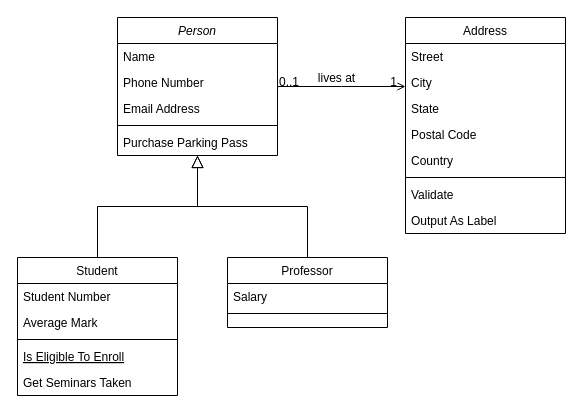
nayouzhenai/java_web keeps this draw.io diagram as Untitled Diagram.drawio. Above is the earlier version. Source tidied: cells renumbered, new cells numbered last; positions are measured from the earlier drawing's top-left corner, leaving out a move shared by most shapes. Both pictures are drawn from the tidied source at 100%, with x=0, y=0 at pixel (17, 17).
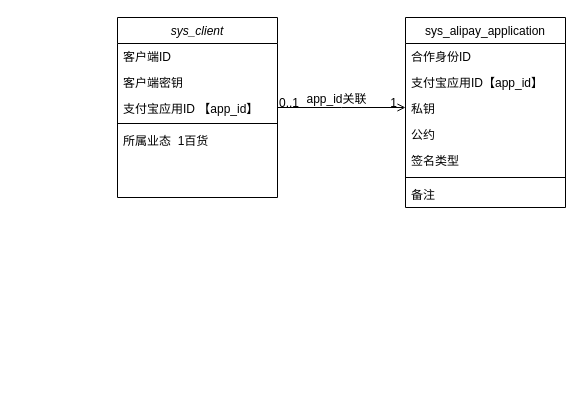
The same page after the edit.

The change refers to these unchanged cells:
```xml
<mxCell id="28" style="endArrow=open;shadow=0;strokeWidth=1;rounded=0;endFill=1;edgeStyle=elbowEdgeStyle;elbow=vertical;" parent="1" edge="1" source="2" target="19">
  <mxGeometry x="0.5" y="41" relative="1" as="geometry">
    <mxPoint x="-40" y="32" as="offset" />
  </mxGeometry>
</mxCell>
```

The edit, as a diff of the source:
```diff
@@
-    <mxCell id="2" value="Person" style="swimlane;fontStyle=2;align=center;verticalAlign=top;horizontal=1;startSize=26;rounded=0;shadow=0;strokeWidth=1;" parent="1" vertex="1">
-      <mxGeometry x="100" width="160" height="138" as="geometry" />
+    <mxCell id="2" value="sys_client" style="swimlane;fontStyle=2;align=center;verticalAlign=top;horizontal=1;startSize=26;rounded=0;shadow=0;strokeWidth=1;" parent="1" vertex="1">
+      <mxGeometry x="100" width="160" height="180" as="geometry" />
     </mxCell>
-    <mxCell id="3" value="Name" style="text;align=left;verticalAlign=top;spacingLeft=4;spacingRight=4;overflow=hidden;" parent="2" vertex="1">
+    <mxCell id="3" value="客户端ID" style="text;align=left;verticalAlign=top;spacingLeft=4;spacingRight=4;overflow=hidden;" parent="2" vertex="1">
       <mxGeometry y="26" width="160" height="26" as="geometry" />
     </mxCell>
-    <mxCell id="4" value="Phone Number" style="text;align=left;verticalAlign=top;spacingLeft=4;spacingRight=4;overflow=hidden;rounded=0;shadow=0;html=0;" parent="2" vertex="1">
+    <mxCell id="4" value="客户端密钥" style="text;align=left;verticalAlign=top;spacingLeft=4;spacingRight=4;overflow=hidden;rounded=0;shadow=0;html=0;" parent="2" vertex="1">
       <mxGeometry y="52" width="160" height="26" as="geometry" />
     </mxCell>
-    <mxCell id="5" value="Email Address" style="text;align=left;verticalAlign=top;spacingLeft=4;spacingRight=4;overflow=hidden;rounded=0;shadow=0;html=0;" parent="2" vertex="1">
-      <mxGeometry y="78" width="160" height="26" as="geometry" />
+    <mxCell id="5" value="支付宝应用ID 【app_id】" style="text;align=left;verticalAlign=top;spacingLeft=4;spacingRight=4;overflow=hidden;rounded=0;shadow=0;html=0;" parent="2" vertex="1">
+      <mxGeometry y="78" width="160" height="24" as="geometry" />
     </mxCell>
     <mxCell id="6" style="line;html=1;strokeWidth=1;align=left;verticalAlign=middle;spacingTop=-1;spacingLeft=3;spacingRight=3;labelPosition=right;" parent="2" vertex="1">
-      <mxGeometry y="104" width="160" height="8" as="geometry" />
+      <mxGeometry y="102" width="160" height="8" as="geometry" />
     </mxCell>
-    <mxCell id="7" value="Purchase Parking Pass" style="text;align=left;verticalAlign=top;spacingLeft=4;spacingRight=4;overflow=hidden;" parent="2" vertex="1">
-      <mxGeometry y="112" width="160" height="26" as="geometry" />
+    <mxCell id="7" value="所属业态  1百货" style="text;align=left;verticalAlign=top;spacingLeft=4;spacingRight=4;overflow=hidden;" parent="2" vertex="1">
+      <mxGeometry y="110" width="160" height="26" as="geometry" />
     </mxCell>
-    <mxCell id="8" value="Student" style="swimlane;fontStyle=0;align=center;verticalAlign=top;horizontal=1;startSize=26;rounded=0;shadow=0;strokeWidth=1;" parent="1" vertex="1">
-      <mxGeometry y="240" width="160" height="138" as="geometry" />
-    </mxCell>
-    <mxCell id="9" value="Student Number" style="text;align=left;verticalAlign=top;spacingLeft=4;spacingRight=4;overflow=hidden;" parent="8" vertex="1">
-      <mxGeometry y="26" width="160" height="26" as="geometry" />
-    </mxCell>
-    <mxCell id="10" value="Average Mark" style="text;align=left;verticalAlign=top;spacingLeft=4;spacingRight=4;overflow=hidden;rounded=0;shadow=0;html=0;" parent="8" vertex="1">
-      <mxGeometry y="52" width="160" height="26" as="geometry" />
-    </mxCell>
-    <mxCell id="11" style="line;html=1;strokeWidth=1;align=left;verticalAlign=middle;spacingTop=-1;spacingLeft=3;spacingRight=3;labelPosition=right;" parent="8" vertex="1">
-      <mxGeometry y="78" width="160" height="8" as="geometry" />
-    </mxCell>
-    <mxCell id="12" value="Is Eligible To Enroll" style="text;align=left;verticalAlign=top;spacingLeft=4;spacingRight=4;overflow=hidden;fontStyle=4;" parent="8" vertex="1">
-      <mxGeometry y="86" width="160" height="26" as="geometry" />
-    </mxCell>
-    <mxCell id="13" value="Get Seminars Taken" style="text;align=left;verticalAlign=top;spacingLeft=4;spacingRight=4;overflow=hidden;" parent="8" vertex="1">
-      <mxGeometry y="112" width="160" height="26" as="geometry" />
-    </mxCell>
-    <mxCell id="14" style="endArrow=block;endSize=10;endFill=0;shadow=0;strokeWidth=1;rounded=0;edgeStyle=elbowEdgeStyle;elbow=vertical;" parent="1" edge="1" source="8" target="2">
-      <mxGeometry relative="1" as="geometry" />
-    </mxCell>
-    <mxCell id="15" value="Professor" style="swimlane;fontStyle=0;align=center;verticalAlign=top;horizontal=1;startSize=26;rounded=0;shadow=0;strokeWidth=1;" parent="1" vertex="1">
-      <mxGeometry x="210" y="240" width="160" height="70" as="geometry" />
-    </mxCell>
-    <mxCell id="16" value="Salary" style="text;align=left;verticalAlign=top;spacingLeft=4;spacingRight=4;overflow=hidden;" parent="15" vertex="1">
-      <mxGeometry y="26" width="160" height="26" as="geometry" />
-    </mxCell>
-    <mxCell id="17" style="line;html=1;strokeWidth=1;align=left;verticalAlign=middle;spacingTop=-1;spacingLeft=3;spacingRight=3;labelPosition=right;" parent="15" vertex="1">
-      <mxGeometry y="52" width="160" height="8" as="geometry" />
-    </mxCell>
-    <mxCell id="18" style="endArrow=block;endSize=10;endFill=0;shadow=0;strokeWidth=1;rounded=0;edgeStyle=elbowEdgeStyle;elbow=vertical;" parent="1" edge="1" source="15" target="2">
-      <mxGeometry relative="1" as="geometry" />
-    </mxCell>
-    <mxCell id="19" value="Address" style="swimlane;fontStyle=0;align=center;verticalAlign=top;horizontal=1;startSize=26;rounded=0;shadow=0;strokeWidth=1;" parent="1" vertex="1">
-      <mxGeometry x="388" width="160" height="216" as="geometry" />
+    <mxCell id="19" value="sys_alipay_application" style="swimlane;fontStyle=0;align=center;verticalAlign=top;horizontal=1;startSize=26;rounded=0;shadow=0;strokeWidth=1;" parent="1" vertex="1">
+      <mxGeometry x="388" width="160" height="190" as="geometry" />
     </mxCell>
-    <mxCell id="20" value="Street" style="text;align=left;verticalAlign=top;spacingLeft=4;spacingRight=4;overflow=hidden;" parent="19" vertex="1">
+    <mxCell id="20" value="合作身份ID" style="text;align=left;verticalAlign=top;spacingLeft=4;spacingRight=4;overflow=hidden;" parent="19" vertex="1">
       <mxGeometry y="26" width="160" height="26" as="geometry" />
     </mxCell>
-    <mxCell id="21" value="City" style="text;align=left;verticalAlign=top;spacingLeft=4;spacingRight=4;overflow=hidden;rounded=0;shadow=0;html=0;" parent="19" vertex="1">
+    <mxCell id="21" value="支付宝应用ID【app_id】" style="text;align=left;verticalAlign=top;spacingLeft=4;spacingRight=4;overflow=hidden;rounded=0;shadow=0;html=0;" parent="19" vertex="1">
       <mxGeometry y="52" width="160" height="26" as="geometry" />
     </mxCell>
-    <mxCell id="22" value="State" style="text;align=left;verticalAlign=top;spacingLeft=4;spacingRight=4;overflow=hidden;rounded=0;shadow=0;html=0;" parent="19" vertex="1">
+    <mxCell id="22" value="私钥" style="text;align=left;verticalAlign=top;spacingLeft=4;spacingRight=4;overflow=hidden;rounded=0;shadow=0;html=0;" parent="19" vertex="1">
       <mxGeometry y="78" width="160" height="26" as="geometry" />
     </mxCell>
-    <mxCell id="23" value="Postal Code" style="text;align=left;verticalAlign=top;spacingLeft=4;spacingRight=4;overflow=hidden;rounded=0;shadow=0;html=0;" parent="19" vertex="1">
+    <mxCell id="23" value="公约 " style="text;align=left;verticalAlign=top;spacingLeft=4;spacingRight=4;overflow=hidden;rounded=0;shadow=0;html=0;" parent="19" vertex="1">
       <mxGeometry y="104" width="160" height="26" as="geometry" />
     </mxCell>
-    <mxCell id="24" value="Country" style="text;align=left;verticalAlign=top;spacingLeft=4;spacingRight=4;overflow=hidden;rounded=0;shadow=0;html=0;" parent="19" vertex="1">
+    <mxCell id="24" value="签名类型" style="text;align=left;verticalAlign=top;spacingLeft=4;spacingRight=4;overflow=hidden;rounded=0;shadow=0;html=0;" parent="19" vertex="1">
       <mxGeometry y="130" width="160" height="26" as="geometry" />
     </mxCell>
@@
-    <mxCell id="26" value="Validate" style="text;align=left;verticalAlign=top;spacingLeft=4;spacingRight=4;overflow=hidden;" parent="19" vertex="1">
-      <mxGeometry y="164" width="160" height="26" as="geometry" />
-    </mxCell>
-    <mxCell id="27" value="Output As Label" style="text;align=left;verticalAlign=top;spacingLeft=4;spacingRight=4;overflow=hidden;" parent="19" vertex="1">
-      <mxGeometry y="190" width="160" height="26" as="geometry" />
-    </mxCell>
+    <mxCell id="32" value="备注" style="text;align=left;verticalAlign=top;spacingLeft=4;spacingRight=4;overflow=hidden;" parent="19" vertex="1">
+      <mxGeometry y="164" width="160" height="26" as="geometry" />
+    </mxCell>
@@
-    <mxCell id="31" value="lives at" style="text;html=1;align=center;verticalAlign=middle;labelBackgroundColor=none;rounded=0;shadow=0;strokeWidth=1;fontSize=12;" parent="28" vertex="1">
+    <mxCell id="31" value="app_id关联" style="text;html=1;align=center;verticalAlign=middle;labelBackgroundColor=none;rounded=0;shadow=0;strokeWidth=1;fontSize=12;" parent="28" vertex="1">
       <mxGeometry x="0.5" y="49" relative="1" as="geometry">
         <mxPoint x="-38" y="40" as="offset" />
       </mxGeometry>
     </mxCell>
```
